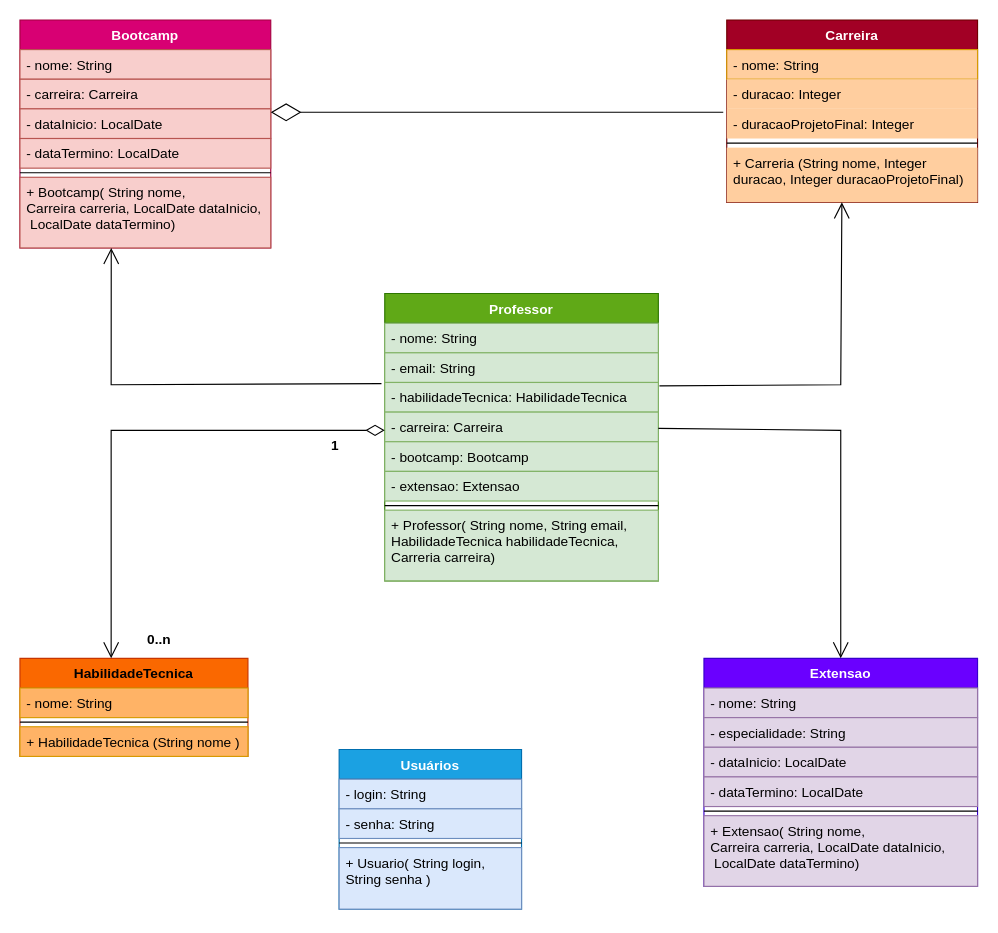
This is documentation/UML.drawio from RudeBoyOne/EdTech, a draw.io file, before an edit. Source tidied: cells renumbered, new cells numbered last; positions are measured from the earlier drawing's top-left corner, leaving out a move shared by most shapes. Both pictures are drawn from the tidied source at 114%, with x=0, y=0 at pixel (19, 19).
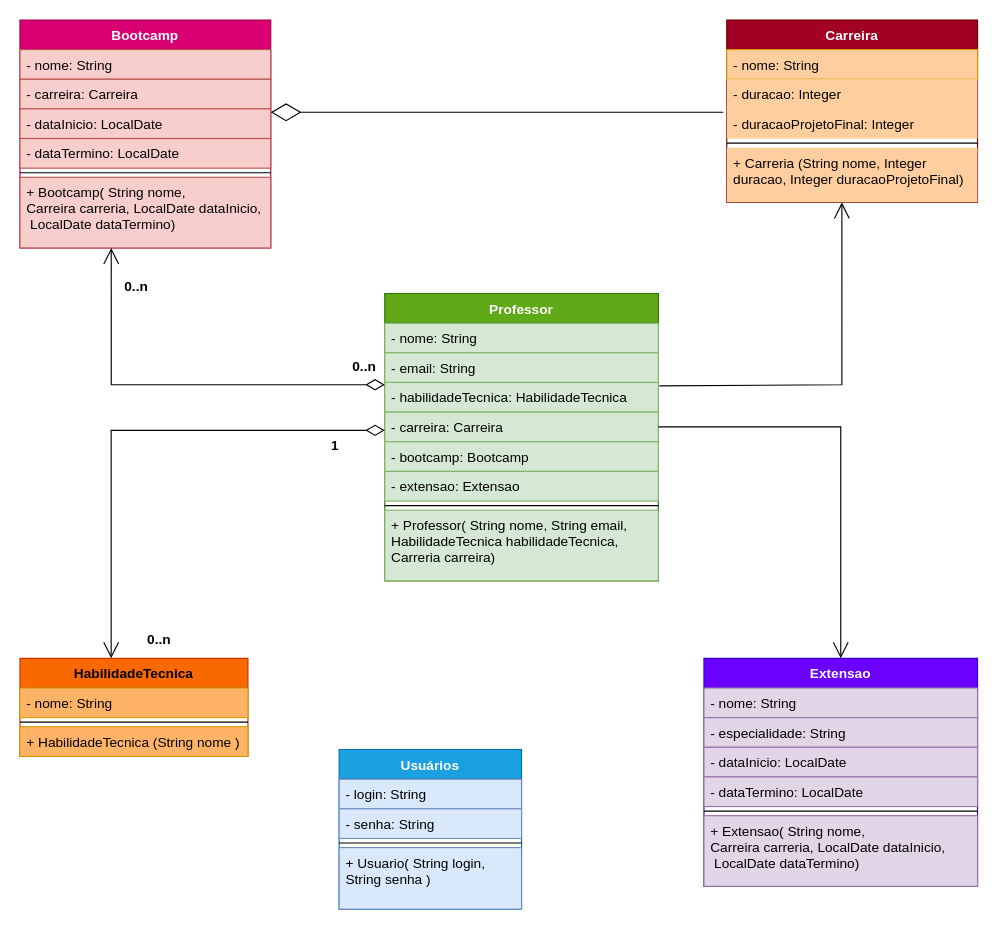
The same page after the edit.

The change refers to these unchanged cells:
```xml
<mxCell id="10" value="- habilidadeTecnica: HabilidadeTecnica" style="text;strokeColor=#82b366;fillColor=#d5e8d4;align=left;verticalAlign=top;spacingLeft=4;spacingRight=4;overflow=hidden;points=[[0,0.5],[1,0.5]];portConstraint=eastwest;" parent="7" vertex="1">
  <mxGeometry y="78" width="240" height="26" as="geometry" />
</mxCell>
<mxCell id="11" value="- carreira: Carreira" style="text;strokeColor=#82b366;fillColor=#d5e8d4;align=left;verticalAlign=top;spacingLeft=4;spacingRight=4;overflow=hidden;points=[[0,0.5],[1,0.5]];portConstraint=eastwest;" parent="7" vertex="1">
  <mxGeometry y="104" width="240" height="26" as="geometry" />
</mxCell>
<mxCell id="22" value="+ Bootcamp( String nome, &#10;Carreira carreria, LocalDate dataInicio,&#10; LocalDate dataTermino)" style="text;strokeColor=#b85450;fillColor=#f8cecc;align=left;verticalAlign=top;spacingLeft=4;spacingRight=4;overflow=hidden;points=[[0,0.5],[1,0.5]];portConstraint=eastwest;" parent="16" vertex="1">
  <mxGeometry y="138" width="220" height="62" as="geometry" />
</mxCell>
<mxCell id="23" value="Extensao" style="swimlane;fontStyle=1;align=center;verticalAlign=top;horizontal=1;startSize=26;fillColor=#6a00ff;fontColor=#ffffff;strokeColor=#3700CC;" parent="1" vertex="1">
  <mxGeometry x="600" y="560" width="240" height="200" as="geometry" />
</mxCell>
<mxCell id="35" value="+ Carreria (String nome, Integer &#10;duracao, Integer duracaoProjetoFinal)" style="text;strokeColor=none;fillColor=#FFCE9F;align=left;verticalAlign=top;spacingLeft=4;spacingRight=4;overflow=hidden;points=[[0,0.5],[1,0.5]];portConstraint=eastwest;" parent="30" vertex="1">
  <mxGeometry y="112" width="220" height="48" as="geometry" />
</mxCell>
<mxCell id="41" style="endArrow=open;html=1;endSize=12;startArrow=diamondThin;startSize=14;startFill=0;edgeStyle=orthogonalEdgeStyle;rounded=0;strokeWidth=1;entryX=0.4;entryY=0;entryDx=0;entryDy=0;entryPerimeter=0;" parent="1" edge="1" source="7" target="36">
  <mxGeometry x="-0.12" y="50" relative="1" as="geometry">
    <Array as="points">
      <mxPoint x="80" y="360" />
    </Array>
  </mxGeometry>
</mxCell>
```

The edit, as a diff of the source:
```diff
@@
     <mxCell id="40" style="endArrow=open;endFill=1;endSize=12;html=1;rounded=0;entryX=0.459;entryY=1;entryDx=0;entryDy=0;entryPerimeter=0;exitX=1.004;exitY=0.115;exitDx=0;exitDy=0;exitPerimeter=0;" parent="1" edge="1" source="10" target="35">
       <mxGeometry relative="1" as="geometry">
         <Array as="points">
-          <mxPoint x="720" y="320" />
+          <mxPoint x="721" y="320" />
         </Array>
       </mxGeometry>
     </mxCell>
@@
-    <mxCell id="44" style="endArrow=open;endFill=1;endSize=12;html=1;rounded=0;fontSize=12;strokeWidth=1;entryX=0.364;entryY=1;entryDx=0;entryDy=0;entryPerimeter=0;exitX=-0.012;exitY=0.038;exitDx=0;exitDy=0;exitPerimeter=0;" parent="1" edge="1" source="10" target="22">
-      <mxGeometry relative="1" as="geometry">
-        <Array as="points">
-          <mxPoint x="80" y="320" />
-        </Array>
-      </mxGeometry>
-    </mxCell>
+    <mxCell id="47" value="0..n" style="edgeLabel;html=1;align=left;verticalAlign=top;fillColor=#FFB366;fontSize=12;fontStyle=1;" parent="41" vertex="1">
+      <mxGeometry x="-1" relative="1" as="geometry">
+        <mxPoint x="-230" y="-140" as="offset" />
+      </mxGeometry>
+    </mxCell>
+    <mxCell id="48" value="0..n" style="edgeLabel;html=1;align=left;verticalAlign=top;fillColor=#FFB366;fontSize=12;fontStyle=1;" parent="41" vertex="1">
+      <mxGeometry x="-1" relative="1" as="geometry">
+        <mxPoint x="-30" y="-70" as="offset" />
+      </mxGeometry>
+    </mxCell>
@@
     <mxCell id="46" style="endArrow=open;endFill=1;endSize=12;html=1;rounded=0;entryX=0.5;entryY=0;entryDx=0;entryDy=0;" parent="1" edge="1" source="11" target="23">
       <mxGeometry relative="1" as="geometry">
         <Array as="points">
-          <mxPoint x="720" y="360" />
+          <mxPoint x="720" y="357" />
         </Array>
       </mxGeometry>
     </mxCell>
+    <mxCell id="44" style="endArrow=open;html=1;endSize=12;startArrow=diamondThin;startSize=14;startFill=0;edgeStyle=orthogonalEdgeStyle;rounded=0;strokeWidth=1;entryX=0.364;entryY=1;entryDx=0;entryDy=0;entryPerimeter=0;exitX=0;exitY=0.077;exitDx=0;exitDy=0;exitPerimeter=0;" parent="1" edge="1" source="10" target="22">
+      <mxGeometry x="-0.12" y="50" relative="1" as="geometry">
+        <Array as="points">
+          <mxPoint x="80" y="320" />
+        </Array>
+      </mxGeometry>
+    </mxCell>
```
